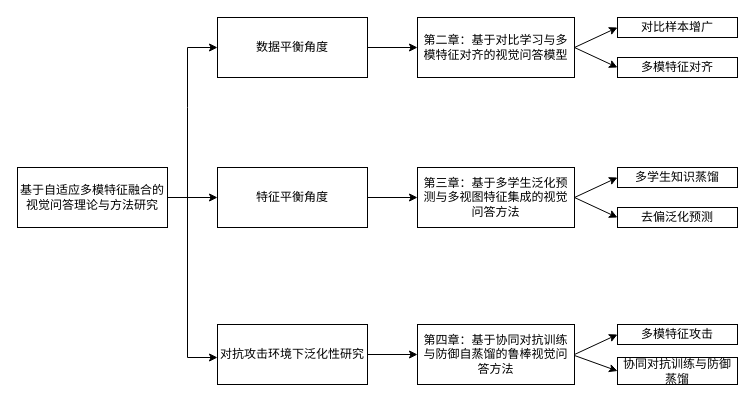
156aasdfg/CFT-VQA keeps this draw.io diagram as 未命名绘图.drawio. Above is the earlier version. Source tidied: cells renumbered, new cells numbered last; positions are measured from the earlier drawing's top-left corner, leaving out a move shared by most shapes. Both pictures are drawn from the tidied source at 100%, with x=0, y=0 at pixel (17, 17).
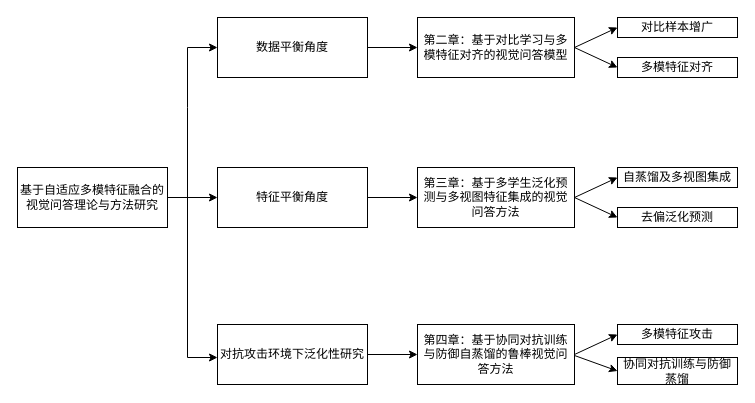
The same page after the edit.

Commit message:
更新未命名绘图.drawio

Diff of the diagram source:
```diff
@@
-    <mxCell id="17" value="多学生知识蒸馏" style="rounded=0;whiteSpace=wrap;html=1;" parent="1" vertex="1">
+    <mxCell id="17" value="自蒸馏及多视图集成" style="rounded=0;whiteSpace=wrap;html=1;" parent="1" vertex="1">
       <mxGeometry x="600" y="150" width="120" height="20" as="geometry" />
     </mxCell>
```
